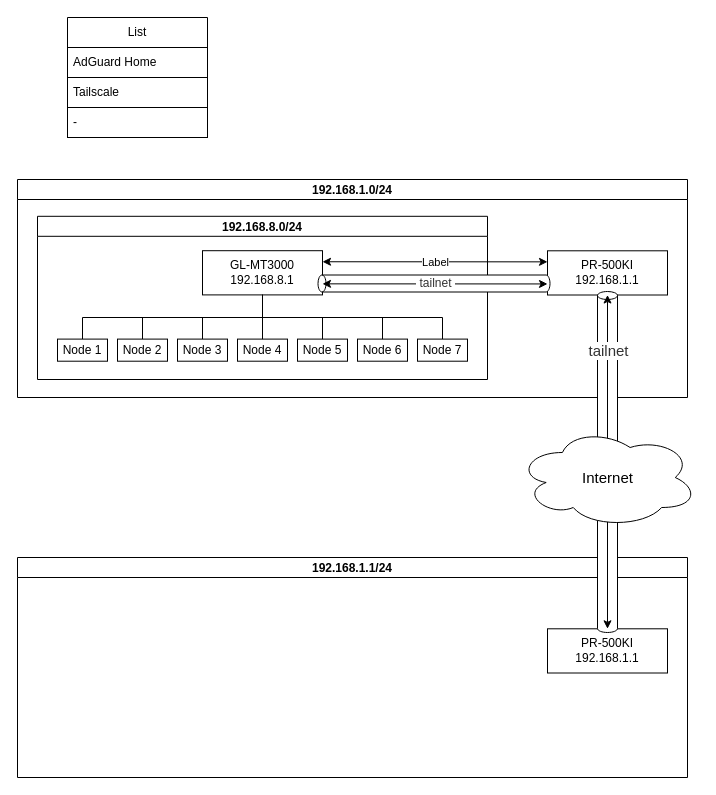
Above: ネットワーク構成図/名称未設定ファイル.drawio in virtualitypage/draw.io (draw.io), before the change. Source tidied: cells renumbered, new cells numbered last; positions are measured from the earlier drawing's top-left corner, leaving out a move shared by most shapes. Both pictures are drawn from the tidied source at 100%, with x=0, y=0 at pixel (17, 17).
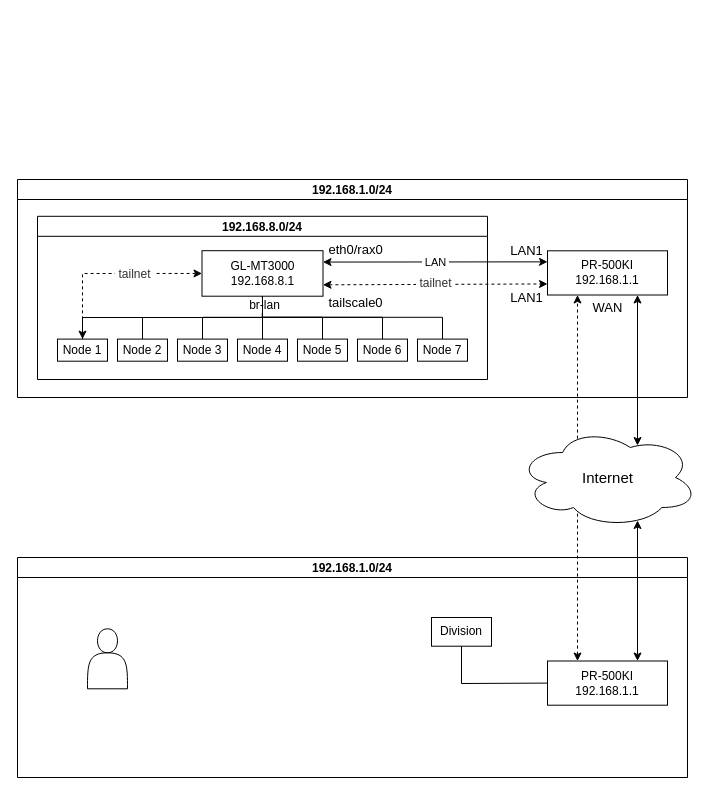
The same page after the edit.

Commit message (it also covers changes not shown here):
名称未設定ファイル.drawio を更新

The change refers to these unchanged cells:
```xml
<mxCell id="8" value="192.168.8.0/24" style="swimlane;startSize=20;horizontal=1;containerType=tree;newEdgeStyle={&quot;edgeStyle&quot;:&quot;elbowEdgeStyle&quot;,&quot;startArrow&quot;:&quot;none&quot;,&quot;endArrow&quot;:&quot;none&quot;};fillColor=default;fillStyle=auto;" parent="1" vertex="1">
  <mxGeometry x="20" y="198.8" width="450" height="163.2" as="geometry" />
</mxCell>
<mxCell id="12" value="Node 6" style="whiteSpace=wrap;html=1;align=center;verticalAlign=middle;newEdgeStyle={&quot;edgeStyle&quot;:&quot;elbowEdgeStyle&quot;,&quot;startArrow&quot;:&quot;none&quot;,&quot;endArrow&quot;:&quot;none&quot;};" parent="8" vertex="1">
  <mxGeometry x="320" y="122.8" width="50" height="22.1" as="geometry" />
</mxCell>
<mxCell id="16" value="Node 3" style="whiteSpace=wrap;html=1;align=center;verticalAlign=middle;newEdgeStyle={&quot;edgeStyle&quot;:&quot;elbowEdgeStyle&quot;,&quot;startArrow&quot;:&quot;none&quot;,&quot;endArrow&quot;:&quot;none&quot;};" parent="8" vertex="1">
  <mxGeometry x="140" y="122.8" width="50" height="22.1" as="geometry" />
</mxCell>
<mxCell id="17" value="Node 5" style="whiteSpace=wrap;html=1;align=center;verticalAlign=middle;newEdgeStyle={&quot;edgeStyle&quot;:&quot;elbowEdgeStyle&quot;,&quot;startArrow&quot;:&quot;none&quot;,&quot;endArrow&quot;:&quot;none&quot;};" parent="8" vertex="1">
  <mxGeometry x="260" y="122.8" width="50" height="22.1" as="geometry" />
</mxCell>
<mxCell id="23" value="Node 7" style="whiteSpace=wrap;html=1;align=center;verticalAlign=middle;newEdgeStyle={&quot;edgeStyle&quot;:&quot;elbowEdgeStyle&quot;,&quot;startArrow&quot;:&quot;none&quot;,&quot;endArrow&quot;:&quot;none&quot;};" parent="8" vertex="1">
  <mxGeometry x="380" y="122.8" width="50" height="22.1" as="geometry" />
</mxCell>
<mxCell id="26" value="Node 2" style="whiteSpace=wrap;html=1;align=center;verticalAlign=middle;newEdgeStyle={&quot;edgeStyle&quot;:&quot;elbowEdgeStyle&quot;,&quot;startArrow&quot;:&quot;none&quot;,&quot;endArrow&quot;:&quot;none&quot;};" parent="8" vertex="1">
  <mxGeometry x="80" y="122.8" width="50" height="22.1" as="geometry" />
</mxCell>
```

The edit, as a diff of the source:
```diff
@@
-    <mxCell id="2" value="List" style="swimlane;fontStyle=0;horizontal=1;startSize=30;whiteSpace=wrap;html=1;swimlaneFillColor=none;fillColor=#FFFFFF;" parent="1" vertex="1">
-      <mxGeometry x="50" width="140" height="120" as="geometry" />
-    </mxCell>
-    <mxCell id="3" value="AdGuard Home" style="text;strokeColor=default;fillColor=default;align=left;verticalAlign=middle;spacingLeft=4;spacingRight=4;overflow=hidden;whiteSpace=wrap;html=1;" parent="2" vertex="1">
-      <mxGeometry y="30" width="140" height="30" as="geometry" />
-    </mxCell>
-    <mxCell id="4" value="Tailscale" style="text;strokeColor=default;fillColor=default;align=left;verticalAlign=middle;spacingLeft=4;spacingRight=4;overflow=hidden;whiteSpace=wrap;html=1;" parent="2" vertex="1">
-      <mxGeometry y="60" width="140" height="30" as="geometry" />
-    </mxCell>
-    <mxCell id="5" value="-" style="text;strokeColor=default;fillColor=default;align=left;verticalAlign=middle;spacingLeft=4;spacingRight=4;overflow=hidden;whiteSpace=wrap;html=1;" parent="2" vertex="1">
-      <mxGeometry y="90" width="140" height="30" as="geometry" />
-    </mxCell>
-    <mxCell id="6" value="192.168.1.1/24" style="swimlane;startSize=20;horizontal=1;containerType=tree;newEdgeStyle={&quot;edgeStyle&quot;:&quot;elbowEdgeStyle&quot;,&quot;startArrow&quot;:&quot;none&quot;,&quot;endArrow&quot;:&quot;none&quot;};fillColor=default;fillStyle=auto;" parent="1" vertex="1">
+    <mxCell id="6" value="192.168.1.0/24" style="swimlane;startSize=20;horizontal=1;containerType=tree;newEdgeStyle={&quot;edgeStyle&quot;:&quot;elbowEdgeStyle&quot;,&quot;startArrow&quot;:&quot;none&quot;,&quot;endArrow&quot;:&quot;none&quot;};fillColor=default;fillStyle=auto;" parent="1" vertex="1">
       <mxGeometry y="540" width="670" height="220" as="geometry" />
     </mxCell>
     <mxCell id="7" value="PR-500KI&lt;div&gt;192.168.1.1&lt;/div&gt;" style="whiteSpace=wrap;html=1;align=center;newEdgeStyle={&quot;edgeStyle&quot;:&quot;elbowEdgeStyle&quot;,&quot;startArrow&quot;:&quot;none&quot;,&quot;endArrow&quot;:&quot;none&quot;};verticalAlign=middle;" parent="6" vertex="1">
-      <mxGeometry x="530" y="71.3" width="120" height="44.2" as="geometry" />
+      <mxGeometry x="530" y="103.5" width="120" height="44.2" as="geometry" />
     </mxCell>
+    <mxCell id="39" style="endArrow=classic;html=1;rounded=0;endFill=1;startArrow=classic;startFill=1;exitX=0.75;exitY=0;exitDx=0;exitDy=0;" parent="6" edge="1" source="7">
+      <mxGeometry relative="1" as="geometry">
+        <mxPoint x="620" y="-37" as="targetPoint" />
+      </mxGeometry>
+    </mxCell>
+    <mxCell id="40" style="shape=actor;whiteSpace=wrap;html=1;strokeColor=default;align=center;verticalAlign=middle;fontFamily=Helvetica;fontSize=12;fontColor=default;fillColor=default;" parent="6" vertex="1">
+      <mxGeometry x="70" y="71.3" width="40" height="60" as="geometry" />
+    </mxCell>
+    <mxCell id="41" value="Division" style="whiteSpace=wrap;html=1;align=center;verticalAlign=middle;newEdgeStyle={&quot;edgeStyle&quot;:&quot;elbowEdgeStyle&quot;,&quot;startArrow&quot;:&quot;none&quot;,&quot;endArrow&quot;:&quot;none&quot;};strokeColor=default;fontFamily=Helvetica;fontSize=12;fontColor=default;fillColor=default;" parent="6" vertex="1">
+      <mxGeometry x="414" y="60" width="60" height="28.7" as="geometry" />
+    </mxCell>
+    <mxCell id="42" style="edgeStyle=elbowEdgeStyle;elbow=vertical;sourcePerimeterSpacing=0;targetPerimeterSpacing=0;startArrow=none;endArrow=none;rounded=0;curved=0;fontFamily=Helvetica;fontSize=12;fontColor=default;exitX=0;exitY=0.5;exitDx=0;exitDy=0;entryX=0.5;entryY=1;entryDx=0;entryDy=0;" parent="6" edge="1" source="7" target="41">
+      <mxGeometry relative="1" as="geometry">
+        <Array as="points">
+          <mxPoint x="480" y="126" />
+        </Array>
+      </mxGeometry>
+    </mxCell>
+    <mxCell id="34" style="endArrow=classic;html=1;rounded=0;endFill=1;startArrow=classic;startFill=1;entryX=0.25;entryY=1;entryDx=0;entryDy=0;exitX=0.25;exitY=0;exitDx=0;exitDy=0;dashed=1;" parent="1" edge="1" source="7" target="28">
+      <mxGeometry relative="1" as="geometry" />
+    </mxCell>
+    <mxCell id="27" value="192.168.1.0/24" style="swimlane;startSize=20;horizontal=1;containerType=tree;newEdgeStyle={&quot;edgeStyle&quot;:&quot;elbowEdgeStyle&quot;,&quot;startArrow&quot;:&quot;none&quot;,&quot;endArrow&quot;:&quot;none&quot;};fillColor=default;fillStyle=auto;" parent="1" vertex="1">
+      <mxGeometry y="162" width="670" height="218" as="geometry" />
+    </mxCell>
+    <mxCell id="28" value="PR-500KI&lt;div&gt;192.168.1.1&lt;/div&gt;" style="whiteSpace=wrap;html=1;align=center;newEdgeStyle={&quot;edgeStyle&quot;:&quot;elbowEdgeStyle&quot;,&quot;startArrow&quot;:&quot;none&quot;,&quot;endArrow&quot;:&quot;none&quot;};verticalAlign=middle;" parent="27" vertex="1">
+      <mxGeometry x="530" y="71.3" width="120" height="44.2" as="geometry" />
+    </mxCell>
+    <mxCell id="43" style="endArrow=classic;html=1;rounded=0;endFill=1;startArrow=classic;startFill=1;entryX=0.75;entryY=1;entryDx=0;entryDy=0;" parent="27" edge="1" target="28">
+      <mxGeometry relative="1" as="geometry">
+        <mxPoint x="620" y="266" as="sourcePoint" />
+      </mxGeometry>
+    </mxCell>
+    <mxCell id="25" style="edgeStyle=elbowEdgeStyle;elbow=vertical;sourcePerimeterSpacing=0;targetPerimeterSpacing=0;startArrow=none;endArrow=none;rounded=0;curved=0;exitX=0.5;exitY=1;exitDx=0;exitDy=0;" parent="27" edge="1" source="10">
+      <mxGeometry relative="1" as="geometry">
+        <mxPoint x="125" y="159.6" as="targetPoint" />
+        <Array as="points">
+          <mxPoint x="190" y="138" />
+        </Array>
+      </mxGeometry>
+    </mxCell>
+    <mxCell id="44" value="eth0/rax0" style="edgeLabel;html=1;align=center;verticalAlign=middle;strokeColor=default;fontFamily=Helvetica;fontSize=13;fontColor=default;fillColor=default;" parent="27" vertex="1">
+      <mxGeometry x="346" y="82" as="geometry">
+        <mxPoint x="-9" y="-13" as="offset" />
+      </mxGeometry>
+    </mxCell>
+    <mxCell id="19" value="Node 1" style="whiteSpace=wrap;html=1;align=center;verticalAlign=middle;newEdgeStyle={&quot;edgeStyle&quot;:&quot;elbowEdgeStyle&quot;,&quot;startArrow&quot;:&quot;none&quot;,&quot;endArrow&quot;:&quot;none&quot;};" parent="27" vertex="1">
+      <mxGeometry x="40" y="159.6" width="50" height="22.1" as="geometry" />
+    </mxCell>
+    <mxCell id="30" style="endArrow=classic;html=1;rounded=0;entryX=0;entryY=0.25;entryDx=0;entryDy=0;exitX=1;exitY=0.25;exitDx=0;exitDy=0;endFill=1;startArrow=classic;startFill=1;" parent="1" edge="1" source="10" target="28">
+      <mxGeometry relative="1" as="geometry" />
+    </mxCell>
+    <mxCell id="31" value="&amp;nbsp;LAN&amp;nbsp;" style="edgeLabel;html=1;align=center;verticalAlign=middle;" parent="30" vertex="1">
+      <mxGeometry relative="1" as="geometry" />
+    </mxCell>
+    <mxCell id="36" style="endArrow=classic;html=1;rounded=0;entryX=0;entryY=0.75;entryDx=0;entryDy=0;exitX=1;exitY=0.75;exitDx=0;exitDy=0;endFill=1;startArrow=classic;startFill=1;dashed=1;" parent="1" edge="1" source="10" target="28">
+      <mxGeometry relative="1" as="geometry" />
+    </mxCell>
+    <mxCell id="37" value="&lt;span style=&quot;color: rgb(51, 51, 51); text-align: left; text-wrap: wrap; font-size: 12px;&quot;&gt;&amp;nbsp;&lt;/span&gt;&lt;span style=&quot;color: rgb(51, 51, 51); text-align: left; text-wrap: wrap; font-size: 12px;&quot;&gt;tailnet&amp;nbsp;&lt;/span&gt;" style="edgeLabel;html=1;align=center;verticalAlign=middle;fontSize=12;" parent="36" vertex="1">
+      <mxGeometry relative="1" as="geometry">
+        <mxPoint y="-1" as="offset" />
+      </mxGeometry>
+    </mxCell>
+    <mxCell id="45" value="tailscale0" style="edgeLabel;html=1;align=center;verticalAlign=middle;strokeColor=default;fontFamily=Helvetica;fontSize=13;fontColor=default;fillColor=default;" parent="1" vertex="1">
+      <mxGeometry x="346" y="297" as="geometry">
+        <mxPoint x="-9" y="-13" as="offset" />
+      </mxGeometry>
+    </mxCell>
+    <mxCell id="46" style="edgeStyle=elbowEdgeStyle;elbow=vertical;sourcePerimeterSpacing=0;targetPerimeterSpacing=0;startArrow=classic;endArrow=classic;rounded=0;curved=0;entryX=0.5;entryY=0;entryDx=0;entryDy=0;startFill=1;endFill=1;dashed=1;exitX=0;exitY=0.5;exitDx=0;exitDy=0;" parent="1" edge="1" source="10" target="19">
+      <mxGeometry relative="1" as="geometry">
+        <Array as="points">
+          <mxPoint x="130" y="256" />
+        </Array>
+      </mxGeometry>
+    </mxCell>
+    <mxCell id="35" value="&lt;span style=&quot;text-wrap: wrap; color: rgb(51, 51, 51); text-align: left;&quot;&gt;&amp;nbsp;&lt;/span&gt;&lt;span style=&quot;text-wrap: wrap; color: rgb(51, 51, 51); text-align: left;&quot;&gt;tailnet&amp;nbsp;&lt;/span&gt;" style="edgeLabel;html=1;align=center;verticalAlign=middle;strokeColor=default;fontFamily=Helvetica;fontSize=12;fontColor=default;fillColor=default;" parent="46" vertex="1">
+      <mxGeometry x="-0.27" relative="1" as="geometry" />
+    </mxCell>
+    <mxCell id="38" value="&lt;font style=&quot;font-size: 15px;&quot;&gt;Internet&lt;/font&gt;" style="ellipse;shape=cloud;whiteSpace=wrap;html=1;strokeColor=default;align=center;verticalAlign=middle;fontFamily=Helvetica;fontSize=12;fontColor=default;fillColor=default;" parent="1" vertex="1">
+      <mxGeometry x="500" y="410" width="180.5" height="100" as="geometry" />
+    </mxCell>
@@
-    <mxCell id="9" style="edgeStyle=elbowEdgeStyle;elbow=vertical;sourcePerimeterSpacing=0;targetPerimeterSpacing=0;startArrow=none;endArrow=none;rounded=0;curved=0;" parent="8" edge="1" source="10" target="19">
-      <mxGeometry relative="1" as="geometry" />
-    </mxCell>
-    <mxCell id="10" value="GL-MT3000&lt;div&gt;192.168.8.1&lt;/div&gt;" style="whiteSpace=wrap;html=1;align=center;newEdgeStyle={&quot;edgeStyle&quot;:&quot;elbowEdgeStyle&quot;,&quot;startArrow&quot;:&quot;none&quot;,&quot;endArrow&quot;:&quot;none&quot;};verticalAlign=middle;" parent="8" vertex="1">
-      <mxGeometry x="165" y="34.4" width="120" height="44.2" as="geometry" />
-    </mxCell>
@@
     <mxCell id="13" style="edgeStyle=elbowEdgeStyle;elbow=vertical;sourcePerimeterSpacing=0;targetPerimeterSpacing=0;startArrow=none;endArrow=none;rounded=0;curved=0;exitX=0.5;exitY=1;exitDx=0;exitDy=0;" parent="8" edge="1" source="10" target="16">
-      <mxGeometry relative="1" as="geometry" />
+      <mxGeometry relative="1" as="geometry">
+        <Array as="points">
+          <mxPoint x="200" y="101" />
+        </Array>
+      </mxGeometry>
     </mxCell>
-    <mxCell id="14" style="edgeStyle=elbowEdgeStyle;rounded=0;orthogonalLoop=1;jettySize=auto;html=1;startArrow=none;endArrow=none;entryX=0.5;entryY=0;entryDx=0;entryDy=0;" parent="8" edge="1" source="10" target="10">
-      <mxGeometry relative="1" as="geometry" />
-    </mxCell>
-    <mxCell id="15" style="edgeStyle=elbowEdgeStyle;elbow=vertical;sourcePerimeterSpacing=0;targetPerimeterSpacing=0;startArrow=none;endArrow=none;rounded=0;curved=0;exitX=0.5;exitY=1;exitDx=0;exitDy=0;" parent="8" edge="1" source="10" target="12">
-      <mxGeometry relative="1" as="geometry" />
+    <mxCell id="15" style="edgeStyle=elbowEdgeStyle;elbow=vertical;sourcePerimeterSpacing=0;targetPerimeterSpacing=0;startArrow=none;endArrow=none;rounded=0;curved=0;exitX=0.498;exitY=0.953;exitDx=0;exitDy=0;exitPerimeter=0;" parent="8" edge="1" source="10" target="12">
+      <mxGeometry relative="1" as="geometry">
+        <Array as="points">
+          <mxPoint x="280" y="101" />
+        </Array>
+      </mxGeometry>
     </mxCell>
@@
-    <mxCell id="19" value="Node 1" style="whiteSpace=wrap;html=1;align=center;verticalAlign=middle;newEdgeStyle={&quot;edgeStyle&quot;:&quot;elbowEdgeStyle&quot;,&quot;startArrow&quot;:&quot;none&quot;,&quot;endArrow&quot;:&quot;none&quot;};" parent="8" vertex="1">
-      <mxGeometry x="20" y="122.8" width="50" height="22.1" as="geometry" />
-    </mxCell>
     <mxCell id="20" style="edgeStyle=elbowEdgeStyle;elbow=vertical;sourcePerimeterSpacing=0;targetPerimeterSpacing=0;startArrow=none;endArrow=none;rounded=0;curved=0;exitX=0.5;exitY=1;exitDx=0;exitDy=0;" parent="8" edge="1" source="10" target="17">
-      <mxGeometry relative="1" as="geometry" />
+      <mxGeometry relative="1" as="geometry">
+        <Array as="points">
+          <mxPoint x="240" y="101" />
+        </Array>
+      </mxGeometry>
     </mxCell>
-    <mxCell id="21" style="edgeStyle=elbowEdgeStyle;rounded=0;orthogonalLoop=1;jettySize=auto;html=1;startArrow=none;endArrow=none;exitX=1;exitY=0.5;exitDx=0;exitDy=0;" parent="8" edge="1" source="19" target="19">
-      <mxGeometry relative="1" as="geometry" />
-    </mxCell>
     <mxCell id="22" style="edgeStyle=elbowEdgeStyle;elbow=vertical;sourcePerimeterSpacing=0;targetPerimeterSpacing=0;startArrow=none;endArrow=none;rounded=0;curved=0;exitX=0.5;exitY=1;exitDx=0;exitDy=0;" parent="8" edge="1" source="10" target="23">
-      <mxGeometry relative="1" as="geometry" />
+      <mxGeometry relative="1" as="geometry">
+        <Array as="points">
+          <mxPoint x="330" y="101" />
+        </Array>
+      </mxGeometry>
     </mxCell>
+    <mxCell id="47" value="br-lan" style="edgeLabel;html=1;align=center;verticalAlign=middle;strokeColor=default;fontFamily=Helvetica;fontSize=12;fontColor=default;fillColor=default;" parent="22" vertex="1">
+      <mxGeometry x="-0.91" y="1" relative="1" as="geometry">
+        <mxPoint y="-1" as="offset" />
+      </mxGeometry>
+    </mxCell>
@@
-    <mxCell id="25" style="edgeStyle=elbowEdgeStyle;elbow=vertical;sourcePerimeterSpacing=0;targetPerimeterSpacing=0;startArrow=none;endArrow=none;rounded=0;curved=0;" parent="8" edge="1" source="10" target="26">
-      <mxGeometry relative="1" as="geometry" />
-    </mxCell>
@@
-    <mxCell id="27" value="192.168.1.0/24" style="swimlane;startSize=20;horizontal=1;containerType=tree;newEdgeStyle={&quot;edgeStyle&quot;:&quot;elbowEdgeStyle&quot;,&quot;startArrow&quot;:&quot;none&quot;,&quot;endArrow&quot;:&quot;none&quot;};fillColor=default;fillStyle=auto;" parent="1" vertex="1">
-      <mxGeometry y="162" width="670" height="218" as="geometry" />
-    </mxCell>
-    <mxCell id="28" value="PR-500KI&lt;div&gt;192.168.1.1&lt;/div&gt;" style="whiteSpace=wrap;html=1;align=center;newEdgeStyle={&quot;edgeStyle&quot;:&quot;elbowEdgeStyle&quot;,&quot;startArrow&quot;:&quot;none&quot;,&quot;endArrow&quot;:&quot;none&quot;};verticalAlign=middle;" parent="27" vertex="1">
-      <mxGeometry x="530" y="71.3" width="120" height="44.2" as="geometry" />
-    </mxCell>
-    <mxCell id="29" style="shape=cylinder3;whiteSpace=wrap;html=1;boundedLbl=1;backgroundOutline=1;size=4;strokeColor=default;align=center;verticalAlign=middle;fontFamily=Helvetica;fontSize=12;fontColor=default;fillColor=default;rotation=-90;" parent="27" vertex="1">
-      <mxGeometry x="408" y="-12" width="17" height="232" as="geometry" />
-    </mxCell>
-    <mxCell id="30" style="endArrow=classic;html=1;rounded=0;entryX=0;entryY=0.25;entryDx=0;entryDy=0;exitX=1;exitY=0.25;exitDx=0;exitDy=0;endFill=1;startArrow=classic;startFill=1;" parent="1" edge="1" source="10" target="28">
-      <mxGeometry relative="1" as="geometry" />
-    </mxCell>
-    <mxCell id="31" value="Label" style="edgeLabel;html=1;align=center;verticalAlign=middle;" parent="30" vertex="1">
-      <mxGeometry relative="1" as="geometry" />
-    </mxCell>
-    <mxCell id="32" style="endArrow=classic;html=1;rounded=0;entryX=0.5;entryY=1;entryDx=0;entryDy=0;exitX=0.5;exitY=0;exitDx=0;exitDy=0;endFill=1;startArrow=classic;startFill=1;" parent="1" edge="1" source="33" target="28">
-      <mxGeometry relative="1" as="geometry" />
-    </mxCell>
-    <mxCell id="33" style="shape=cylinder3;whiteSpace=wrap;html=1;boundedLbl=1;backgroundOutline=1;size=4;strokeColor=default;align=center;verticalAlign=middle;fontFamily=Helvetica;fontSize=12;fontColor=default;fillColor=default;" parent="1" vertex="1">
-      <mxGeometry x="580" y="274" width="20" height="341" as="geometry" />
-    </mxCell>
-    <mxCell id="34" style="endArrow=classic;html=1;rounded=0;exitX=0.5;exitY=0;exitDx=0;exitDy=0;endFill=1;startArrow=classic;startFill=1;" parent="1" edge="1" source="7" target="28">
-      <mxGeometry relative="1" as="geometry" />
-    </mxCell>
-    <mxCell id="35" value="&lt;span style=&quot;color: rgb(51, 51, 51); text-align: left; text-wrap: wrap; font-size: 15px;&quot;&gt;&lt;font style=&quot;font-size: 15px;&quot;&gt;tailnet&lt;/font&gt;&lt;/span&gt;" style="edgeLabel;html=1;align=center;verticalAlign=middle;rotation=0;fontSize=15;" parent="34" vertex="1">
-      <mxGeometry relative="1" as="geometry">
-        <mxPoint y="-112" as="offset" />
-      </mxGeometry>
-    </mxCell>
-    <mxCell id="36" style="endArrow=classic;html=1;rounded=0;entryX=0;entryY=0.75;entryDx=0;entryDy=0;exitX=1;exitY=0.75;exitDx=0;exitDy=0;endFill=1;startArrow=classic;startFill=1;" parent="1" edge="1" source="10" target="28">
-      <mxGeometry relative="1" as="geometry" />
-    </mxCell>
-    <mxCell id="37" value="&lt;span style=&quot;color: rgb(51, 51, 51); text-align: left; text-wrap: wrap; font-size: 12px;&quot;&gt;&amp;nbsp;&lt;/span&gt;&lt;span style=&quot;color: rgb(51, 51, 51); text-align: left; text-wrap: wrap; font-size: 12px;&quot;&gt;tailnet&amp;nbsp;&lt;/span&gt;" style="edgeLabel;html=1;align=center;verticalAlign=middle;fontSize=12;" parent="36" vertex="1">
-      <mxGeometry relative="1" as="geometry">
-        <mxPoint y="-1" as="offset" />
-      </mxGeometry>
-    </mxCell>
-    <mxCell id="38" value="&lt;font style=&quot;font-size: 15px;&quot;&gt;Internet&lt;/font&gt;" style="ellipse;shape=cloud;whiteSpace=wrap;html=1;strokeColor=default;align=center;verticalAlign=middle;fontFamily=Helvetica;fontSize=12;fontColor=default;fillColor=default;" parent="1" vertex="1">
-      <mxGeometry x="499.8" y="410" width="180.5" height="100" as="geometry" />
-    </mxCell>
+    <mxCell id="10" value="GL-MT3000&lt;div&gt;192.168.8.1&lt;/div&gt;" style="whiteSpace=wrap;html=1;align=center;strokeColor=default;verticalAlign=middle;fontFamily=Helvetica;fontSize=12;fontColor=default;fillColor=default;" parent="8" vertex="1">
+      <mxGeometry x="164.5" y="34.4" width="121" height="45.5" as="geometry" />
+    </mxCell>
+    <mxCell id="48" value="LAN1" style="edgeLabel;html=1;align=center;verticalAlign=middle;strokeColor=default;fontFamily=Helvetica;fontSize=13;fontColor=default;fillColor=default;" parent="1" vertex="1">
+      <mxGeometry x="517" y="292" as="geometry">
+        <mxPoint x="-9" y="-13" as="offset" />
+      </mxGeometry>
+    </mxCell>
+    <mxCell id="49" value="LAN1" style="edgeLabel;html=1;align=center;verticalAlign=middle;strokeColor=default;fontFamily=Helvetica;fontSize=13;fontColor=default;fillColor=default;" parent="1" vertex="1">
+      <mxGeometry x="517" y="245" as="geometry">
+        <mxPoint x="-9" y="-13" as="offset" />
+      </mxGeometry>
+    </mxCell>
+    <mxCell id="50" value="WAN" style="edgeLabel;html=1;align=center;verticalAlign=middle;strokeColor=default;fontFamily=Helvetica;fontSize=13;fontColor=default;fillColor=default;" parent="1" vertex="1">
+      <mxGeometry x="598" y="302" as="geometry">
+        <mxPoint x="-9" y="-13" as="offset" />
+      </mxGeometry>
+    </mxCell>
+    <mxCell id="51" style="edgeStyle=elbowEdgeStyle;elbow=vertical;sourcePerimeterSpacing=0;targetPerimeterSpacing=0;startArrow=none;endArrow=none;rounded=0;curved=0;exitX=0.5;exitY=1;exitDx=0;exitDy=0;entryX=0.5;entryY=0;entryDx=0;entryDy=0;" parent="1" edge="1" source="10" target="19">
+      <mxGeometry relative="1" as="geometry" />
+    </mxCell>
```
